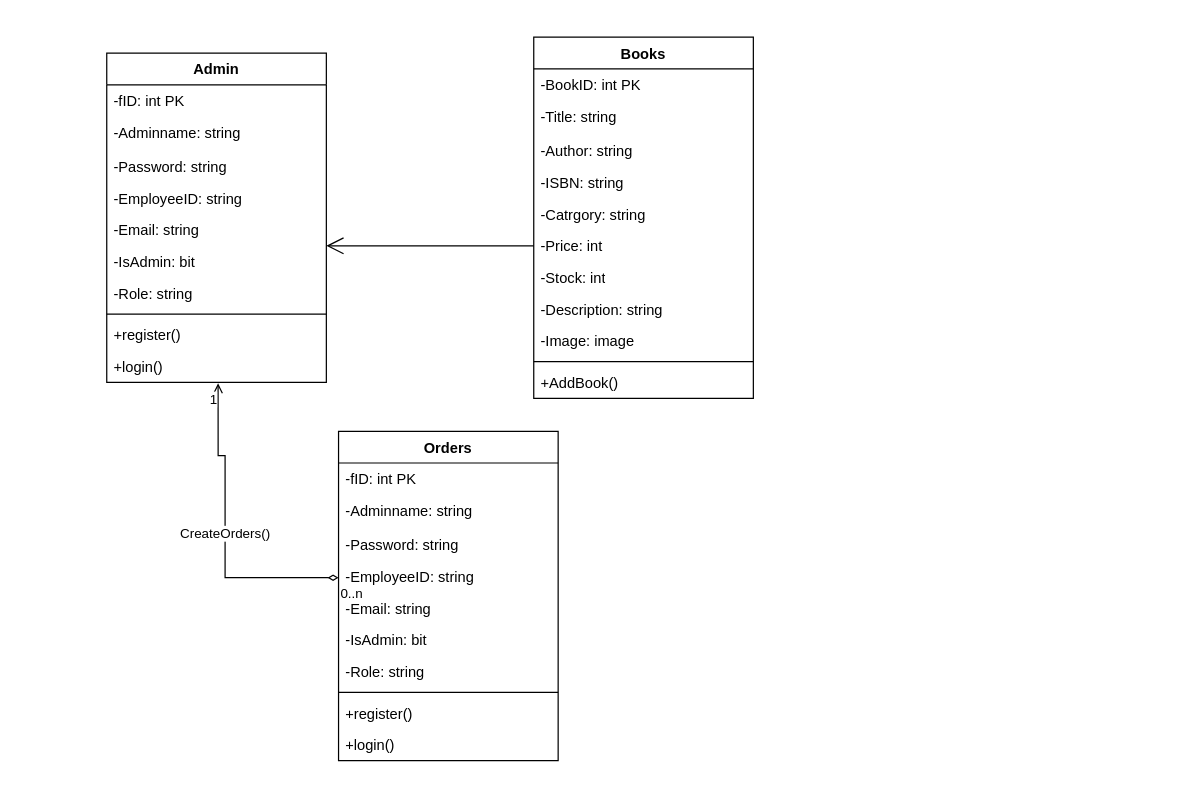
Before: bookstore.drawio in ktungl/on-the-road, a draw.io diagram. Source tidied: cells renumbered, new cells numbered last; positions are measured from the earlier drawing's top-left corner, leaving out a move shared by most shapes. Both pictures are drawn from the tidied source at 122%, with x=0, y=0 at pixel (106, 37).
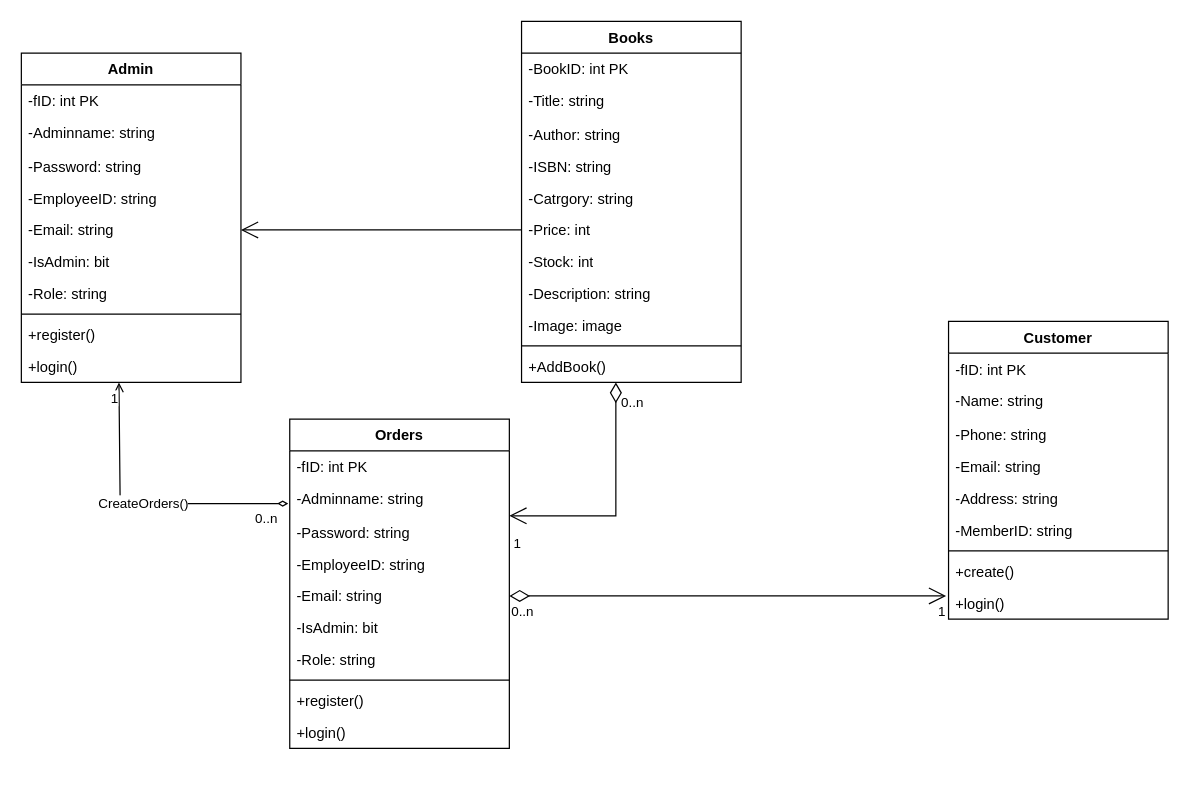
The same diagram, later.

Unchanged cells that the change refers to:
```xml
<mxCell id="7" value="-Email: string" style="text;strokeColor=none;fillColor=none;align=left;verticalAlign=top;spacingLeft=4;spacingRight=4;overflow=hidden;points=[[0,0.5],[1,0.5]];portConstraint=eastwest;whiteSpace=wrap;html=1;" parent="2" vertex="1">
  <mxGeometry y="132" width="180" height="26" as="geometry" />
</mxCell>
<mxCell id="12" value="+login()" style="text;strokeColor=none;fillColor=none;align=left;verticalAlign=top;spacingLeft=4;spacingRight=4;overflow=hidden;points=[[0,0.5],[1,0.5]];portConstraint=eastwest;whiteSpace=wrap;html=1;" parent="2" vertex="1">
  <mxGeometry y="244" width="180" height="26" as="geometry" />
</mxCell>
<mxCell id="19" value="-Price: int" style="text;strokeColor=none;fillColor=none;align=left;verticalAlign=top;spacingLeft=4;spacingRight=4;overflow=hidden;points=[[0,0.5],[1,0.5]];portConstraint=eastwest;whiteSpace=wrap;html=1;" parent="13" vertex="1">
  <mxGeometry y="158" width="180" height="26" as="geometry" />
</mxCell>
<mxCell id="31" value="-Email: string" style="text;strokeColor=none;fillColor=none;align=left;verticalAlign=top;spacingLeft=4;spacingRight=4;overflow=hidden;points=[[0,0.5],[1,0.5]];portConstraint=eastwest;whiteSpace=wrap;html=1;" parent="26" vertex="1">
  <mxGeometry y="132" width="180" height="26" as="geometry" />
</mxCell>
```

What changed in the source:
```diff
@@
     <mxCell id="2" value="Admin" style="swimlane;fontStyle=1;align=center;verticalAlign=top;horizontal=1;startSize=26;whiteSpace=wrap;html=1;" parent="1" vertex="1">
-      <mxGeometry y="13" width="180" height="270" as="geometry" />
+      <mxGeometry x="-70" y="13" width="180" height="270" as="geometry" />
     </mxCell>
@@
     <mxCell id="13" value="Books" style="swimlane;fontStyle=1;align=center;verticalAlign=top;horizontal=1;startSize=26;whiteSpace=wrap;html=1;" parent="1" vertex="1">
-      <mxGeometry x="350" width="180" height="296" as="geometry" />
+      <mxGeometry x="340" y="-13" width="180" height="296" as="geometry" />
     </mxCell>
@@
-    <mxCell id="25" style="endArrow=open;endFill=1;endSize=12;html=1;rounded=0;entryX=1;entryY=0.5;entryDx=0;entryDy=0;exitX=0;exitY=0.5;exitDx=0;exitDy=0;" parent="1" edge="1" source="19">
-      <mxGeometry relative="1" as="geometry">
-        <mxPoint x="180" y="171" as="targetPoint" />
-      </mxGeometry>
+    <mxCell id="25" style="endArrow=open;endFill=1;endSize=12;html=1;rounded=0;entryX=1;entryY=0.5;entryDx=0;entryDy=0;exitX=0;exitY=0.5;exitDx=0;exitDy=0;" parent="1" edge="1" source="19" target="7">
+      <mxGeometry relative="1" as="geometry" />
     </mxCell>
     <mxCell id="26" value="Orders" style="swimlane;fontStyle=1;align=center;verticalAlign=top;horizontal=1;startSize=26;whiteSpace=wrap;html=1;" parent="1" vertex="1">
-      <mxGeometry x="190" y="323" width="180" height="270" as="geometry" />
+      <mxGeometry x="150" y="313" width="180" height="270" as="geometry" />
     </mxCell>
@@
-    <mxCell id="37" value="CreateOrders()" style="endArrow=open;html=1;startArrow=diamondThin;startFill=0;rounded=0;entryX=0.507;entryY=1.026;entryDx=0;entryDy=0;entryPerimeter=0;edgeStyle=orthogonalEdgeStyle;" parent="1" edge="1" target="12">
+    <mxCell id="37" value="CreateOrders()" style="endArrow=open;html=1;startArrow=diamondThin;startFill=0;rounded=0;entryX=0.507;entryY=1.026;entryDx=0;entryDy=0;entryPerimeter=0;strokeWidth=1;edgeStyle=orthogonalEdgeStyle;exitX=0.5;exitY=0;exitDx=0;exitDy=0;" parent="1" edge="1">
       <mxGeometry relative="1" as="geometry">
-        <mxPoint x="190" y="443" as="sourcePoint" />
+        <mxPoint x="148.7" y="382.3" as="sourcePoint" />
+        <mxPoint x="10" y="283" as="targetPoint" />
         <Array as="points">
-          <mxPoint x="97" y="443" />
-          <mxPoint x="97" y="343" />
-          <mxPoint x="91" y="343" />
+          <mxPoint x="11" y="382" />
         </Array>
       </mxGeometry>
     </mxCell>
     <mxCell id="38" value="0..n" style="edgeLabel;html=1;align=left;verticalAlign=top;" parent="37" vertex="1">
-      <mxGeometry x="-1" relative="1" as="geometry" />
+      <mxGeometry x="-1" relative="1" as="geometry">
+        <mxPoint x="-29" as="offset" />
+      </mxGeometry>
     </mxCell>
@@
+    <mxCell id="40" style="endArrow=open;html=1;endSize=12;startArrow=diamondThin;startSize=14;startFill=0;edgeStyle=elbowEdgeStyle;rounded=0;entryX=1.015;entryY=0.833;entryDx=0;entryDy=0;entryPerimeter=0;" parent="1" edge="1">
+      <mxGeometry x="-0.19" y="23" relative="1" as="geometry">
+        <mxPoint x="417.3" y="283" as="sourcePoint" />
+        <mxPoint x="330" y="392.3" as="targetPoint" />
+        <Array as="points">
+          <mxPoint x="417.3" y="373" />
+        </Array>
+      </mxGeometry>
+    </mxCell>
+    <mxCell id="41" value="0..n" style="edgeLabel;html=1;align=left;verticalAlign=top;" parent="40" vertex="1">
+      <mxGeometry x="-1" relative="1" as="geometry">
+        <mxPoint x="3" y="4" as="offset" />
+      </mxGeometry>
+    </mxCell>
+    <mxCell id="42" value="1" style="edgeLabel;html=1;align=right;verticalAlign=top;" parent="40" vertex="1">
+      <mxGeometry x="1" relative="1" as="geometry">
+        <mxPoint x="10" y="10" as="offset" />
+      </mxGeometry>
+    </mxCell>
+    <mxCell id="43" value="Customer" style="swimlane;fontStyle=1;align=center;verticalAlign=top;horizontal=1;startSize=26;whiteSpace=wrap;html=1;" parent="1" vertex="1">
+      <mxGeometry x="690" y="233" width="180" height="244" as="geometry" />
+    </mxCell>
+    <mxCell id="44" value="-fID: int PK" style="text;strokeColor=none;fillColor=none;align=left;verticalAlign=top;spacingLeft=4;spacingRight=4;overflow=hidden;whiteSpace=wrap;html=1;" parent="43" vertex="1">
+      <mxGeometry y="26" width="180" height="26" as="geometry" />
+    </mxCell>
+    <mxCell id="45" value="-Name: string" style="text;strokeColor=none;fillColor=none;align=left;verticalAlign=top;spacingLeft=4;spacingRight=4;overflow=hidden;whiteSpace=wrap;html=1;" parent="43" vertex="1">
+      <mxGeometry y="52" width="180" height="28" as="geometry" />
+    </mxCell>
+    <mxCell id="46" value="-Phone: string" style="text;strokeColor=none;fillColor=none;align=left;verticalAlign=top;spacingLeft=4;spacingRight=4;overflow=hidden;whiteSpace=wrap;html=1;" parent="43" vertex="1">
+      <mxGeometry y="80" width="180" height="26" as="geometry" />
+    </mxCell>
+    <mxCell id="47" value="-Email: string" style="text;strokeColor=none;fillColor=none;align=left;verticalAlign=top;spacingLeft=4;spacingRight=4;overflow=hidden;whiteSpace=wrap;html=1;" parent="43" vertex="1">
+      <mxGeometry y="106" width="180" height="26" as="geometry" />
+    </mxCell>
+    <mxCell id="48" value="-Address: string" style="text;strokeColor=none;fillColor=none;align=left;verticalAlign=top;spacingLeft=4;spacingRight=4;overflow=hidden;whiteSpace=wrap;html=1;" parent="43" vertex="1">
+      <mxGeometry y="132" width="180" height="26" as="geometry" />
+    </mxCell>
+    <mxCell id="49" value="-MemberID: string" style="text;strokeColor=none;fillColor=none;align=left;verticalAlign=top;spacingLeft=4;spacingRight=4;overflow=hidden;whiteSpace=wrap;html=1;" parent="43" vertex="1">
+      <mxGeometry y="158" width="180" height="26" as="geometry" />
+    </mxCell>
+    <mxCell id="50" style="line;strokeWidth=1;fillColor=none;align=left;verticalAlign=middle;spacingTop=-1;spacingLeft=3;spacingRight=3;labelPosition=right;strokeColor=inherit;" parent="43" vertex="1">
+      <mxGeometry y="184" width="180" height="8" as="geometry" />
+    </mxCell>
+    <mxCell id="51" value="+create()" style="text;strokeColor=none;fillColor=none;align=left;verticalAlign=top;spacingLeft=4;spacingRight=4;overflow=hidden;whiteSpace=wrap;html=1;" parent="43" vertex="1">
+      <mxGeometry y="192" width="180" height="26" as="geometry" />
+    </mxCell>
+    <mxCell id="52" value="+login()" style="text;strokeColor=none;fillColor=none;align=left;verticalAlign=top;spacingLeft=4;spacingRight=4;overflow=hidden;whiteSpace=wrap;html=1;" parent="43" vertex="1">
+      <mxGeometry y="218" width="180" height="26" as="geometry" />
+    </mxCell>
+    <mxCell id="53" style="endArrow=open;html=1;endSize=12;startArrow=diamondThin;startSize=14;startFill=0;edgeStyle=orthogonalEdgeStyle;rounded=0;exitX=1;exitY=0.5;exitDx=0;exitDy=0;" parent="1" edge="1" source="31">
+      <mxGeometry x="0.12" y="66" relative="1" as="geometry">
+        <mxPoint x="688" y="458" as="targetPoint" />
+        <mxPoint x="-1" as="offset" />
+      </mxGeometry>
+    </mxCell>
+    <mxCell id="54" value="0..n" style="edgeLabel;html=1;align=left;verticalAlign=top;" parent="53" vertex="1">
+      <mxGeometry x="-1" relative="1" as="geometry" />
+    </mxCell>
+    <mxCell id="55" value="1" style="edgeLabel;html=1;align=right;verticalAlign=top;" parent="53" vertex="1">
+      <mxGeometry x="1" relative="1" as="geometry" />
+    </mxCell>
```
